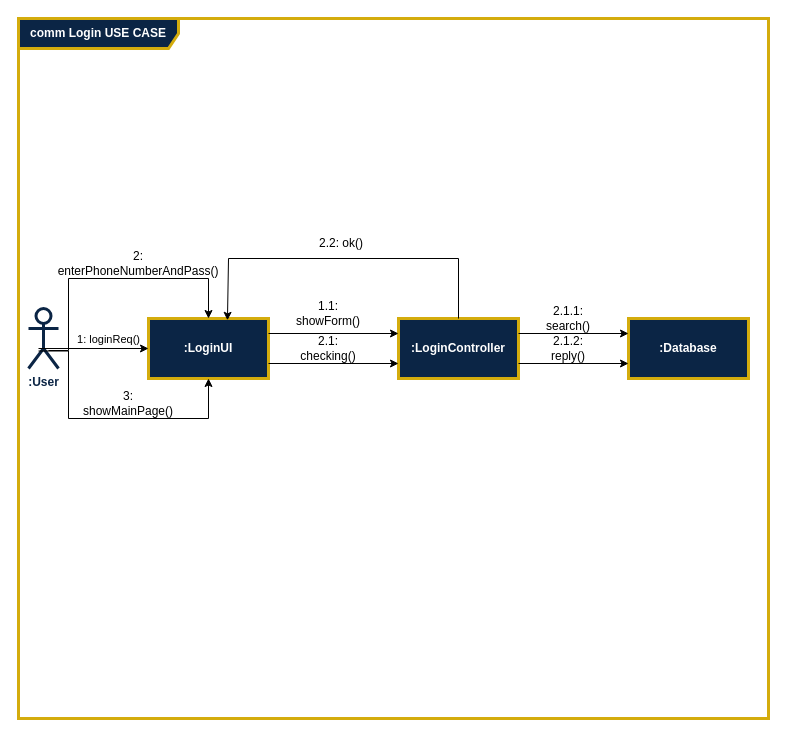
The draw.io diagram page "Login" (2 of 8) of Documentation/Analysis/Modeling/Behavioral Models/Communication Diagram.drawio in TnT74K/Project-SAD, before the edit. Source tidied: cells renumbered, new cells numbered last; positions are measured from the earlier drawing's top-left corner, leaving out a move shared by most shapes. Both pictures are drawn from the tidied source at 100%, with x=0, y=0 at pixel (18, 18).
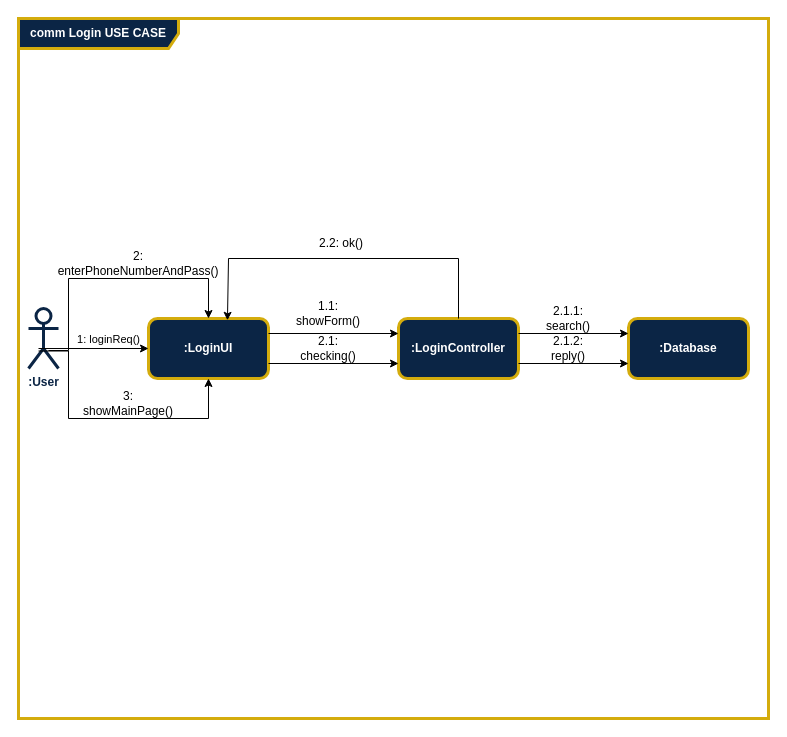
The same page after the edit.

Unchanged cells that the change refers to:
```xml
<mxCell id="2" value="comm Login USE CASE" style="shape=umlFrame;whiteSpace=wrap;html=1;width=160;strokeColor=light-dark(#D4AC0D,#D4AC0D);strokeWidth=3;align=center;verticalAlign=middle;fontFamily=zain;fontSize=12;fontColor=light-dark(#FFFFFF,#FFFFFF);fontStyle=1;labelBackgroundColor=none;fillColor=light-dark(#0B2545,#0B2545);" parent="1" vertex="1">
  <mxGeometry width="750" height="700" as="geometry" />
</mxCell>
```

What changed in the source:
```diff
@@
-    <mxCell id="3" value=":LoginUI" style="rounded=0;whiteSpace=wrap;html=1;strokeColor=light-dark(#D4AC0D,#D4AC0D);strokeWidth=3;align=center;verticalAlign=middle;fontFamily=zain;fontSize=12;fontColor=light-dark(#FFFFFF,#FFFFFF);fontStyle=1;labelBackgroundColor=none;fillColor=light-dark(#0B2545,#0B2545);" parent="2" vertex="1">
+    <mxCell id="3" value=":LoginUI" style="rounded=1;whiteSpace=wrap;html=1;strokeColor=light-dark(#D4AC0D,#D4AC0D);strokeWidth=3;align=center;verticalAlign=middle;fontFamily=zain;fontSize=12;fontColor=light-dark(#FFFFFF,#FFFFFF);fontStyle=1;labelBackgroundColor=none;fillColor=light-dark(#0B2545,#0B2545);" parent="2" vertex="1">
       <mxGeometry x="130" y="300" width="120" height="60" as="geometry" />
     </mxCell>
-    <mxCell id="4" value=":LoginController" style="rounded=0;whiteSpace=wrap;html=1;strokeColor=light-dark(#D4AC0D,#D4AC0D);strokeWidth=3;align=center;verticalAlign=middle;fontFamily=zain;fontSize=12;fontColor=light-dark(#FFFFFF,#FFFFFF);fontStyle=1;labelBackgroundColor=none;fillColor=light-dark(#0B2545,#0B2545);" parent="2" vertex="1">
+    <mxCell id="4" value=":LoginController" style="rounded=1;whiteSpace=wrap;html=1;strokeColor=light-dark(#D4AC0D,#D4AC0D);strokeWidth=3;align=center;verticalAlign=middle;fontFamily=zain;fontSize=12;fontColor=light-dark(#FFFFFF,#FFFFFF);fontStyle=1;labelBackgroundColor=none;fillColor=light-dark(#0B2545,#0B2545);" parent="2" vertex="1">
       <mxGeometry x="380" y="300" width="120" height="60" as="geometry" />
     </mxCell>
@@
-    <mxCell id="6" value=":Database" style="rounded=0;whiteSpace=wrap;html=1;strokeColor=light-dark(#D4AC0D,#D4AC0D);strokeWidth=3;align=center;verticalAlign=middle;fontFamily=zain;fontSize=12;fontColor=light-dark(#FFFFFF,#FFFFFF);fontStyle=1;labelBackgroundColor=none;fillColor=light-dark(#0B2545,#0B2545);" parent="2" vertex="1">
+    <mxCell id="6" value=":Database" style="rounded=1;whiteSpace=wrap;html=1;strokeColor=light-dark(#D4AC0D,#D4AC0D);strokeWidth=3;align=center;verticalAlign=middle;fontFamily=zain;fontSize=12;fontColor=light-dark(#FFFFFF,#FFFFFF);fontStyle=1;labelBackgroundColor=none;fillColor=light-dark(#0B2545,#0B2545);" parent="2" vertex="1">
       <mxGeometry x="610" y="300" width="120" height="60" as="geometry" />
     </mxCell>
```
